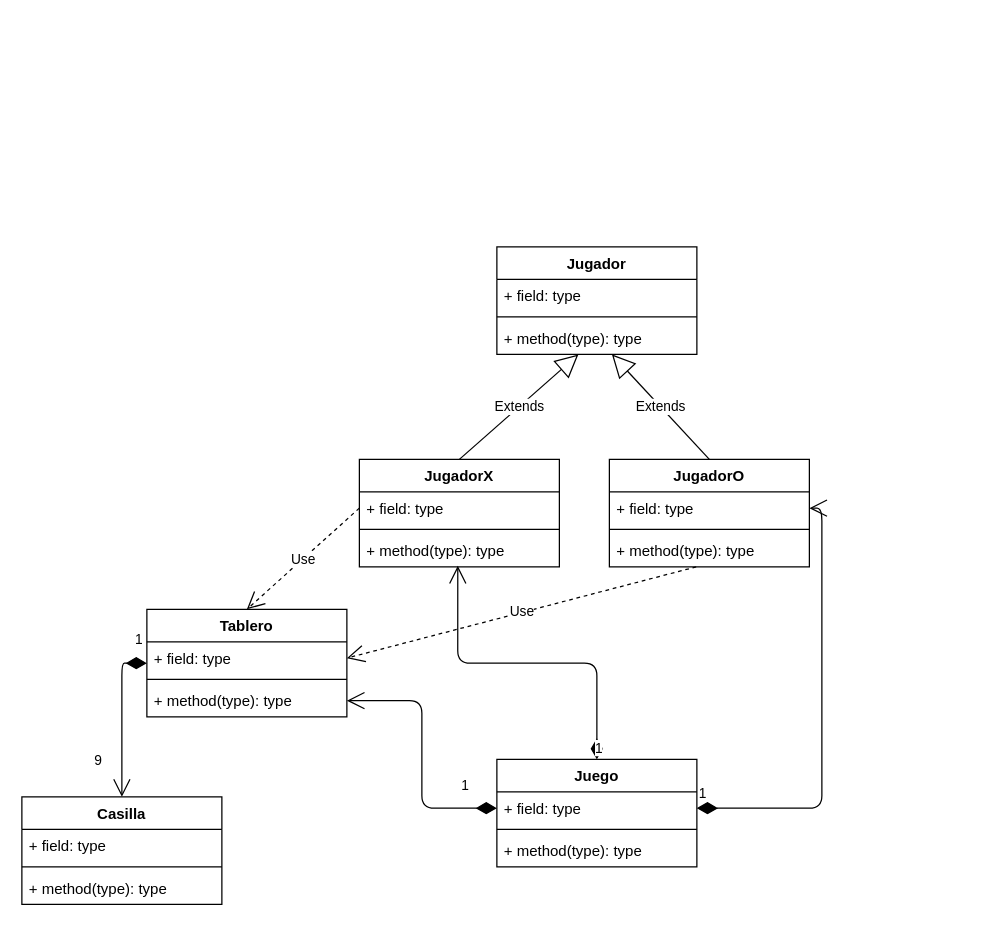
This is P45/Clase9/UML_TresEnRaya.drawio from luismescobarf/clasesCiclo2, a draw.io file, before an edit. Source tidied: cells renumbered, new cells numbered last; positions are measured from the earlier drawing's top-left corner, leaving out a move shared by most shapes. Both pictures are drawn from the tidied source at 125%, with x=0, y=0 at pixel (21, 246).
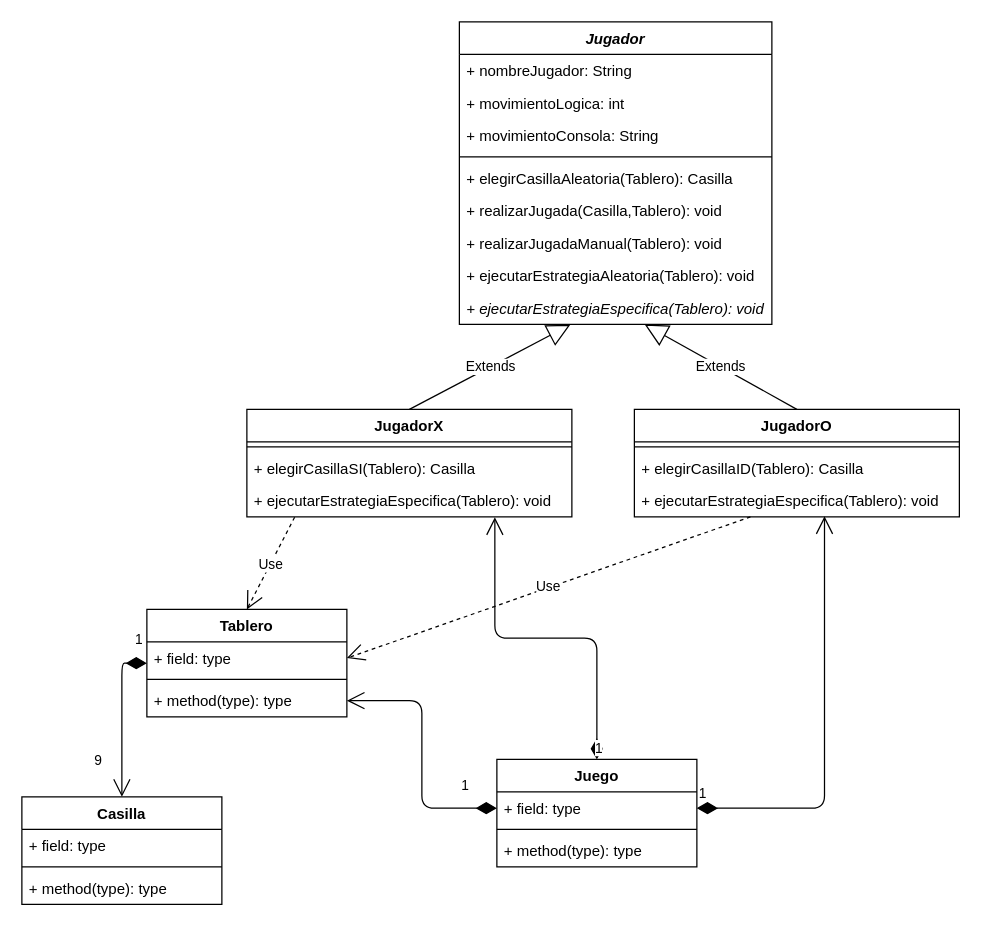
The same page after the edit.

The change refers to these unchanged cells:
```xml
<mxCell id="6" value="Tablero" style="swimlane;fontStyle=1;align=center;verticalAlign=top;horizontal=1;startSize=26;" parent="1" vertex="1">
  <mxGeometry x="100" y="290" width="160" height="86" as="geometry" />
</mxCell>
<mxCell id="7" value="+ field: type" style="text;strokeColor=none;fillColor=none;align=left;verticalAlign=top;spacingLeft=4;spacingRight=4;overflow=hidden;points=[[0,0.5],[1,0.5]];portConstraint=eastwest;" parent="6" vertex="1">
  <mxGeometry y="26" width="160" height="26" as="geometry" />
</mxCell>
<mxCell id="28" value="Juego" style="swimlane;fontStyle=1;align=center;verticalAlign=top;horizontal=1;startSize=26;" parent="1" vertex="1">
  <mxGeometry x="380" y="410" width="160" height="86" as="geometry" />
</mxCell>
<mxCell id="29" value="+ field: type" style="text;strokeColor=none;fillColor=none;align=left;verticalAlign=top;spacingLeft=4;spacingRight=4;overflow=hidden;points=[[0,0.5],[1,0.5]];portConstraint=eastwest;" parent="28" vertex="1">
  <mxGeometry y="26" width="160" height="26" as="geometry" />
</mxCell>
```

The edit, as a diff of the source:
```diff
@@
-    <mxCell id="12" value="Jugador" style="swimlane;fontStyle=1;align=center;verticalAlign=top;horizontal=1;startSize=26;" parent="1" vertex="1">
-      <mxGeometry x="380" width="160" height="86" as="geometry" />
+    <mxCell id="12" value="Jugador" style="swimlane;fontStyle=3;align=center;verticalAlign=top;horizontal=1;startSize=26;" parent="1" vertex="1">
+      <mxGeometry x="350" y="-180" width="250" height="242" as="geometry" />
     </mxCell>
+    <mxCell id="35" value="+ nombreJugador: String" style="text;strokeColor=none;fillColor=none;align=left;verticalAlign=top;spacingLeft=4;spacingRight=4;overflow=hidden;" parent="12" vertex="1">
+      <mxGeometry y="26" width="250" height="26" as="geometry" />
+    </mxCell>
+    <mxCell id="36" value="+ movimientoLogica: int" style="text;strokeColor=none;fillColor=none;align=left;verticalAlign=top;spacingLeft=4;spacingRight=4;overflow=hidden;" parent="12" vertex="1">
+      <mxGeometry y="52" width="250" height="26" as="geometry" />
+    </mxCell>
-    <mxCell id="13" value="+ field: type" style="text;strokeColor=none;fillColor=none;align=left;verticalAlign=top;spacingLeft=4;spacingRight=4;overflow=hidden;" parent="12" vertex="1">
-      <mxGeometry y="26" width="160" height="26" as="geometry" />
+    <mxCell id="13" value="+ movimientoConsola: String" style="text;strokeColor=none;fillColor=none;align=left;verticalAlign=top;spacingLeft=4;spacingRight=4;overflow=hidden;" parent="12" vertex="1">
+      <mxGeometry y="78" width="250" height="26" as="geometry" />
     </mxCell>
     <mxCell id="14" style="line;strokeWidth=1;fillColor=none;align=left;verticalAlign=middle;spacingTop=-1;spacingLeft=3;spacingRight=3;labelPosition=right;" parent="12" vertex="1">
-      <mxGeometry y="52" width="160" height="8" as="geometry" />
+      <mxGeometry y="104" width="250" height="8" as="geometry" />
     </mxCell>
-    <mxCell id="15" value="+ method(type): type" style="text;strokeColor=none;fillColor=none;align=left;verticalAlign=top;spacingLeft=4;spacingRight=4;overflow=hidden;points=[[0,0.5],[1,0.5]];portConstraint=eastwest;" parent="12" vertex="1">
-      <mxGeometry y="60" width="160" height="26" as="geometry" />
+    <mxCell id="15" value="+ elegirCasillaAleatoria(Tablero): Casilla" style="text;strokeColor=none;fillColor=none;align=left;verticalAlign=top;spacingLeft=4;spacingRight=4;overflow=hidden;points=[[0,0.5],[1,0.5]];portConstraint=eastwest;" parent="12" vertex="1">
+      <mxGeometry y="112" width="250" height="26" as="geometry" />
     </mxCell>
+    <mxCell id="37" value="+ realizarJugada(Casilla,Tablero): void" style="text;strokeColor=none;fillColor=none;align=left;verticalAlign=top;spacingLeft=4;spacingRight=4;overflow=hidden;" parent="12" vertex="1">
+      <mxGeometry y="138" width="250" height="26" as="geometry" />
+    </mxCell>
+    <mxCell id="38" value="+ realizarJugadaManual(Tablero): void" style="text;strokeColor=none;fillColor=none;align=left;verticalAlign=top;spacingLeft=4;spacingRight=4;overflow=hidden;" parent="12" vertex="1">
+      <mxGeometry y="164" width="250" height="26" as="geometry" />
+    </mxCell>
+    <mxCell id="39" value="+ ejecutarEstrategiaAleatoria(Tablero): void" style="text;strokeColor=none;fillColor=none;align=left;verticalAlign=top;spacingLeft=4;spacingRight=4;overflow=hidden;" parent="12" vertex="1">
+      <mxGeometry y="190" width="250" height="26" as="geometry" />
+    </mxCell>
+    <mxCell id="40" value="+ ejecutarEstrategiaEspecifica(Tablero): void" style="text;strokeColor=none;fillColor=none;align=left;verticalAlign=top;spacingLeft=4;spacingRight=4;overflow=hidden;points=[[0,0.5],[1,0.5]];portConstraint=eastwest;fontStyle=2;" parent="12" vertex="1">
+      <mxGeometry y="216" width="250" height="26" as="geometry" />
+    </mxCell>
     <mxCell id="16" value="JugadorX" style="swimlane;fontStyle=1;align=center;verticalAlign=top;horizontal=1;startSize=26;" parent="1" vertex="1">
-      <mxGeometry x="270" y="170" width="160" height="86" as="geometry" />
+      <mxGeometry x="180" y="130" width="260" height="86" as="geometry" />
     </mxCell>
-    <mxCell id="17" value="+ field: type" style="text;strokeColor=none;fillColor=none;align=left;verticalAlign=top;spacingLeft=4;spacingRight=4;overflow=hidden;points=[[0,0.5],[1,0.5]];portConstraint=eastwest;" parent="16" vertex="1">
-      <mxGeometry y="26" width="160" height="26" as="geometry" />
-    </mxCell>
     <mxCell id="18" style="line;strokeWidth=1;fillColor=none;align=left;verticalAlign=middle;spacingTop=-1;spacingLeft=3;spacingRight=3;labelPosition=right;" parent="16" vertex="1">
-      <mxGeometry y="52" width="160" height="8" as="geometry" />
+      <mxGeometry y="26" width="260" height="8" as="geometry" />
     </mxCell>
-    <mxCell id="19" value="+ method(type): type" style="text;strokeColor=none;fillColor=none;align=left;verticalAlign=top;spacingLeft=4;spacingRight=4;overflow=hidden;points=[[0,0.5],[1,0.5]];portConstraint=eastwest;" parent="16" vertex="1">
-      <mxGeometry y="60" width="160" height="26" as="geometry" />
-    </mxCell>
+    <mxCell id="41" value="+ elegirCasillaSI(Tablero): Casilla" style="text;strokeColor=none;fillColor=none;align=left;verticalAlign=top;spacingLeft=4;spacingRight=4;overflow=hidden;" parent="16" vertex="1">
+      <mxGeometry y="34" width="260" height="26" as="geometry" />
+    </mxCell>
+    <mxCell id="42" value="+ ejecutarEstrategiaEspecifica(Tablero): void" style="text;strokeColor=none;fillColor=none;align=left;verticalAlign=top;spacingLeft=4;spacingRight=4;overflow=hidden;points=[[0,0.5],[1,0.5]];portConstraint=eastwest;fontStyle=0;" parent="16" vertex="1">
+      <mxGeometry y="60" width="260" height="26" as="geometry" />
+    </mxCell>
     <mxCell id="20" value="JugadorO" style="swimlane;fontStyle=1;align=center;verticalAlign=top;horizontal=1;startSize=26;" parent="1" vertex="1">
-      <mxGeometry x="470" y="170" width="160" height="86" as="geometry" />
+      <mxGeometry x="490" y="130" width="260" height="86" as="geometry" />
     </mxCell>
-    <mxCell id="21" value="+ field: type" style="text;strokeColor=none;fillColor=none;align=left;verticalAlign=top;spacingLeft=4;spacingRight=4;overflow=hidden;points=[[0,0.5],[1,0.5]];portConstraint=eastwest;" parent="20" vertex="1">
-      <mxGeometry y="26" width="160" height="26" as="geometry" />
-    </mxCell>
     <mxCell id="22" style="line;strokeWidth=1;fillColor=none;align=left;verticalAlign=middle;spacingTop=-1;spacingLeft=3;spacingRight=3;labelPosition=right;" parent="20" vertex="1">
-      <mxGeometry y="52" width="160" height="8" as="geometry" />
+      <mxGeometry y="26" width="260" height="8" as="geometry" />
     </mxCell>
-    <mxCell id="23" value="+ method(type): type" style="text;strokeColor=none;fillColor=none;align=left;verticalAlign=top;spacingLeft=4;spacingRight=4;overflow=hidden;points=[[0,0.5],[1,0.5]];portConstraint=eastwest;" parent="20" vertex="1">
-      <mxGeometry y="60" width="160" height="26" as="geometry" />
-    </mxCell>
+    <mxCell id="43" value="+ elegirCasillaID(Tablero): Casilla" style="text;strokeColor=none;fillColor=none;align=left;verticalAlign=top;spacingLeft=4;spacingRight=4;overflow=hidden;" parent="20" vertex="1">
+      <mxGeometry y="34" width="260" height="26" as="geometry" />
+    </mxCell>
+    <mxCell id="44" value="+ ejecutarEstrategiaEspecifica(Tablero): void" style="text;strokeColor=none;fillColor=none;align=left;verticalAlign=top;spacingLeft=4;spacingRight=4;overflow=hidden;points=[[0,0.5],[1,0.5]];portConstraint=eastwest;fontStyle=0;" parent="20" vertex="1">
+      <mxGeometry y="60" width="260" height="26" as="geometry" />
+    </mxCell>
-    <mxCell id="24" value="Extends" style="endArrow=block;endSize=16;endFill=0;html=1;exitX=0.5;exitY=0;exitDx=0;exitDy=0;" parent="1" edge="1" source="16" target="15">
+    <mxCell id="24" value="Extends" style="endArrow=block;endSize=16;endFill=0;html=1;exitX=0.5;exitY=0;exitDx=0;exitDy=0;entryX=0.355;entryY=1.011;entryDx=0;entryDy=0;entryPerimeter=0;" parent="1" edge="1" source="16" target="40">
       <mxGeometry relative="1" as="geometry" />
     </mxCell>
-    <mxCell id="25" value="Extends" style="endArrow=block;endSize=16;endFill=0;html=1;exitX=0.5;exitY=0;exitDx=0;exitDy=0;" parent="1" edge="1" source="20" target="15">
+    <mxCell id="25" value="Extends" style="endArrow=block;endSize=16;endFill=0;html=1;exitX=0.5;exitY=0;exitDx=0;exitDy=0;" parent="1" edge="1" source="20" target="40">
       <mxGeometry relative="1" as="geometry" />
     </mxCell>
-    <mxCell id="26" value="Use" style="endArrow=open;endSize=12;dashed=1;html=1;exitX=0;exitY=0.5;exitDx=0;exitDy=0;entryX=0.5;entryY=0;entryDx=0;entryDy=0;" parent="1" edge="1" source="17" target="6">
+    <mxCell id="26" value="Use" style="endArrow=open;endSize=12;dashed=1;html=1;exitX=0.147;exitY=1.011;exitDx=0;exitDy=0;entryX=0.5;entryY=0;entryDx=0;entryDy=0;exitPerimeter=0;" parent="1" edge="1" source="42" target="6">
       <mxGeometry relative="1" as="geometry" />
     </mxCell>
-    <mxCell id="27" value="Use" style="endArrow=open;endSize=12;dashed=1;html=1;exitX=0.434;exitY=1;exitDx=0;exitDy=0;entryX=1;entryY=0.5;entryDx=0;entryDy=0;exitPerimeter=0;" parent="1" edge="1" source="23" target="7">
+    <mxCell id="27" value="Use" style="endArrow=open;endSize=12;dashed=1;html=1;entryX=1;entryY=0.5;entryDx=0;entryDy=0;" parent="1" edge="1" source="44" target="7">
       <mxGeometry relative="1" as="geometry" />
     </mxCell>
@@
-    <mxCell id="33" value="1" style="endArrow=open;html=1;endSize=12;startArrow=diamondThin;startSize=14;startFill=1;edgeStyle=orthogonalEdgeStyle;align=left;verticalAlign=bottom;exitX=1;exitY=0.5;exitDx=0;exitDy=0;entryX=1;entryY=0.5;entryDx=0;entryDy=0;" parent="1" edge="1" source="29" target="21">
+    <mxCell id="33" value="1" style="endArrow=open;html=1;endSize=12;startArrow=diamondThin;startSize=14;startFill=1;edgeStyle=orthogonalEdgeStyle;align=left;verticalAlign=bottom;exitX=1;exitY=0.5;exitDx=0;exitDy=0;entryX=0.585;entryY=0.98;entryDx=0;entryDy=0;entryPerimeter=0;" parent="1" edge="1" source="29" target="44">
       <mxGeometry x="-1" y="3" relative="1" as="geometry" />
     </mxCell>
-    <mxCell id="34" value="1" style="endArrow=open;html=1;endSize=12;startArrow=diamondThin;startSize=14;startFill=1;edgeStyle=orthogonalEdgeStyle;align=left;verticalAlign=bottom;exitX=0.5;exitY=0;exitDx=0;exitDy=0;entryX=0.492;entryY=0.968;entryDx=0;entryDy=0;entryPerimeter=0;" parent="1" edge="1" source="28" target="19">
+    <mxCell id="34" value="1" style="endArrow=open;html=1;endSize=12;startArrow=diamondThin;startSize=14;startFill=1;edgeStyle=orthogonalEdgeStyle;align=left;verticalAlign=bottom;exitX=0.5;exitY=0;exitDx=0;exitDy=0;entryX=0.763;entryY=1.011;entryDx=0;entryDy=0;entryPerimeter=0;" parent="1" edge="1" source="28" target="42">
       <mxGeometry x="-1" y="3" relative="1" as="geometry" />
     </mxCell>
```
